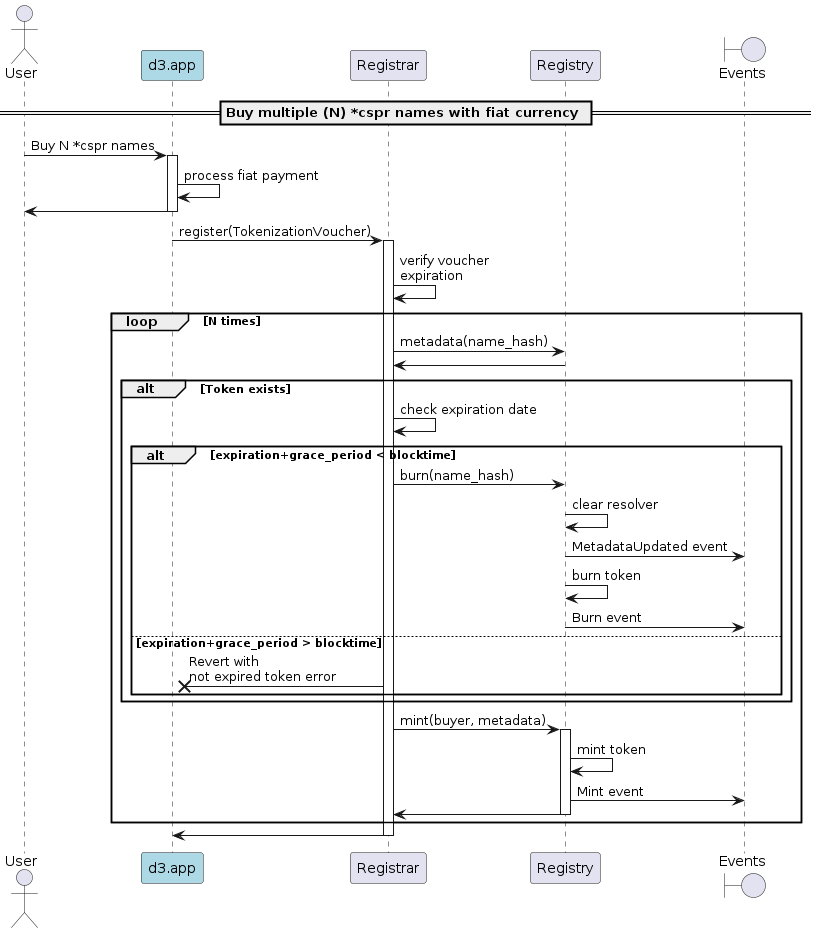
Earlier version of the PlantUML export docs/sequence-diagrams/puml/offchain-multiple-purchase.png (make-software/cspr-name-contracts).
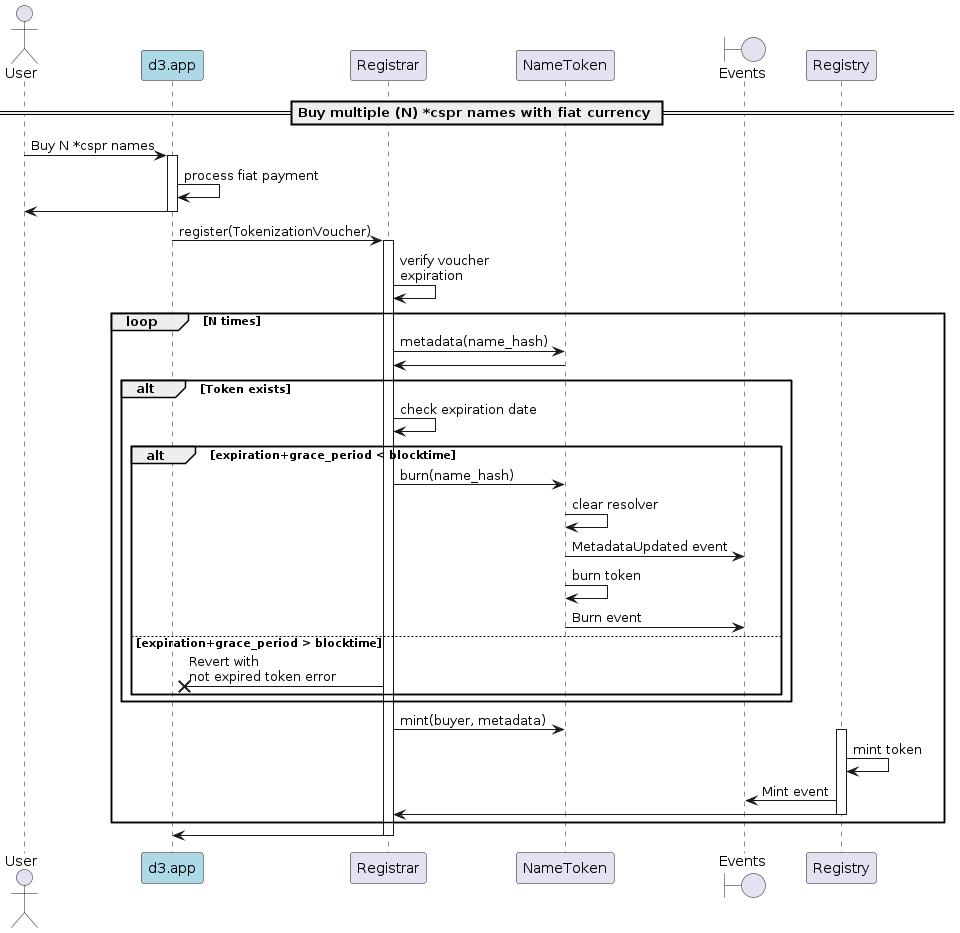
The same diagram one commit later.

What changed in the source:
```diff
@@ -3,7 +3,7 @@
 actor User
 participant "d3.app" as d3 #lightblue
 participant "Registrar"
-participant "Registry"
+participant "NameToken"
 boundary "Events"
 
 == Buy multiple (N) *cspr names with fiat currency ==
@@ -18,21 +18,21 @@
 activate Registrar
 Registrar -> Registrar: verify voucher\nexpiration
     loop N times
-    Registrar -> Registry: metadata(name_hash)
-    Registry -> Registrar
+    Registrar -> NameToken: metadata(name_hash)
+    NameToken -> Registrar
         alt Token exists
             Registrar -> Registrar: check expiration date
             alt expiration+grace_period < blocktime
-                Registrar -> Registry: burn(name_hash)
-                Registry -> Registry: clear resolver
-                Registry -> "Events": MetadataUpdated event
-                Registry -> Registry: burn token
-                Registry -> "Events": Burn event
+                Registrar -> NameToken: burn(name_hash)
+                NameToken -> NameToken: clear resolver
+                NameToken -> "Events": MetadataUpdated event
+                NameToken -> NameToken: burn token
+                NameToken -> "Events": Burn event
             else expiration+grace_period > blocktime
                 Registrar ->x d3: Revert with\nnot expired token error
             end
         end
-        Registrar -> Registry: mint(buyer, metadata)
+        Registrar -> NameToken: mint(buyer, metadata)
         activate Registry
         Registry -> Registry: mint token
         Registry -> "Events": Mint event
```
